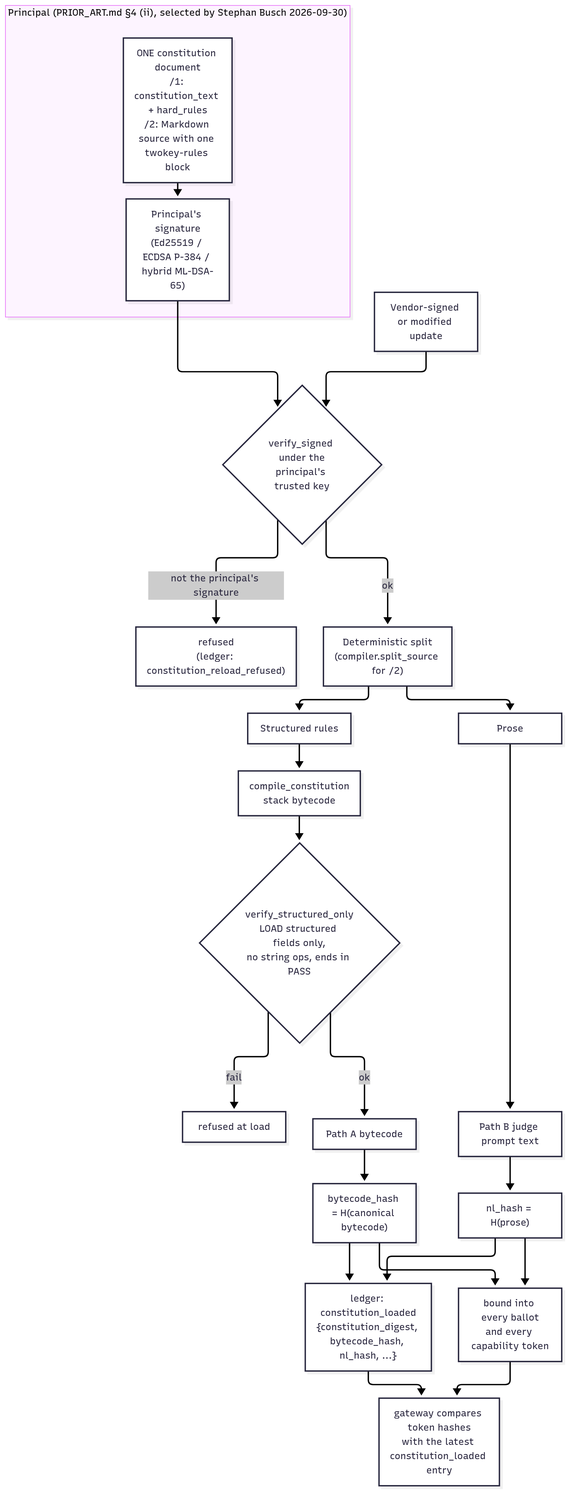
The Mermaid diagram docs/figures/two_compilations.png in Insomniac-VibeLabs/two-key, before a commit. Its source is kept beside it as docs/figures/two_compilations.mmd. Source of this version:
```mermaid
flowchart TB
  subgraph P["Principal (PRIOR_ART.md §4 (ii), selected by Stephan Busch 2026-09-30)"]
    D["ONE constitution document<br/>/1: constitution_text + hard_rules<br/>/2: Markdown source with one twokey-rules block"]
    S["Principal's signature<br/>(Ed25519 / ECDSA P-384 / hybrid ML-DSA-65)"]
  end
  D --> S
  S --> V{"verify_signed under the<br/>principal's trusted key"}
  X["Vendor-signed or modified update"] --> V
  V -- "not the principal's signature" --> R["refused<br/>(ledger: constitution_reload_refused)"]
  V -- ok --> SP["Deterministic split<br/>(compiler.split_source for /2)"]
  SP --> RU["Structured rules"]
  SP --> PR["Prose"]
  RU --> C["compile_constitution<br/>stack bytecode"]
  C --> SC{"verify_structured_only<br/>LOAD structured fields only,<br/>no string ops, ends in PASS"}
  SC -- fail --> R2["refused at load"]
  SC -- ok --> BC["Path A bytecode"]
  PR --> JP["Path B judge prompt text"]
  BC --> HB["bytecode_hash = H(canonical bytecode)"]
  JP --> HN["nl_hash = H(prose)"]
  HB --> LE["ledger: constitution_loaded<br/>{constitution_digest, bytecode_hash, nl_hash, ...}"]
  HN --> LE
  HB --> BT["bound into every ballot<br/>and every capability token"]
  HN --> BT
  LE --> GW["gateway compares token hashes<br/>with the latest constitution_loaded entry"]
  BT --> GW
```
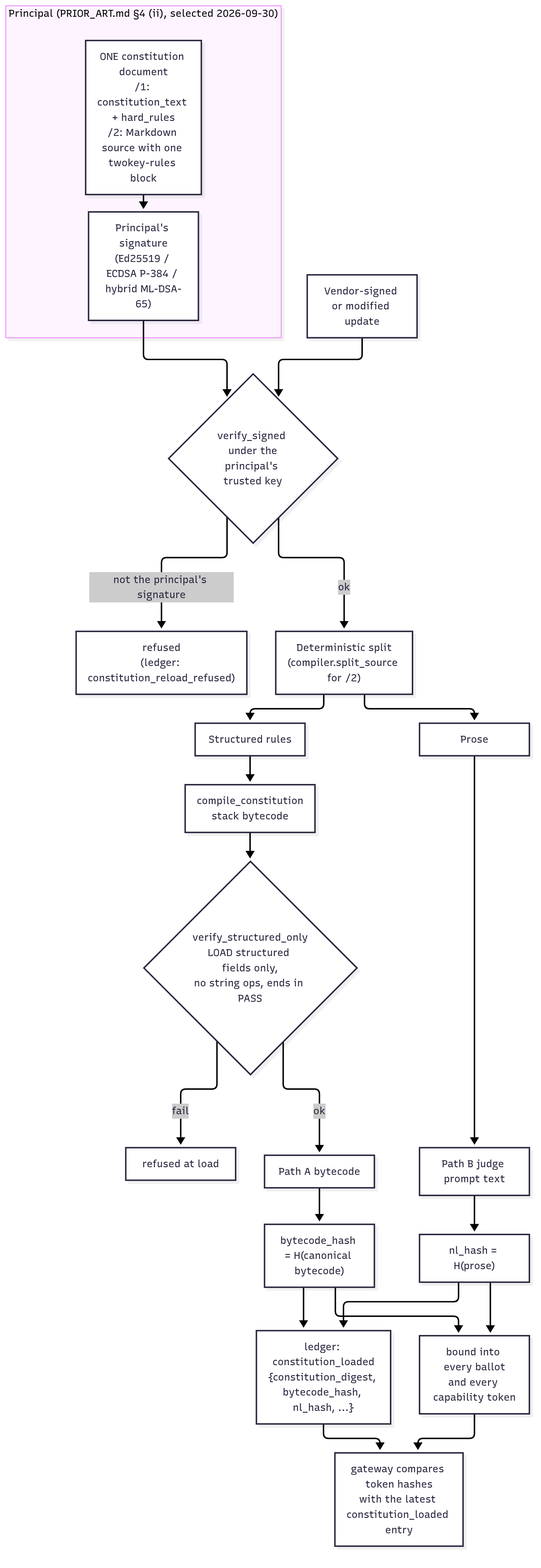
After the commit.

What changed in the source:
```diff
@@ -1,5 +1,5 @@
 flowchart TB
-  subgraph P["Principal (PRIOR_ART.md §4 (ii), selected by Stephan Busch 2026-09-30)"]
+  subgraph P["Principal (PRIOR_ART.md §4 (ii), selected 2026-09-30)"]
     D["ONE constitution document<br/>/1: constitution_text + hard_rules<br/>/2: Markdown source with one twokey-rules block"]
     S["Principal's signature<br/>(Ed25519 / ECDSA P-384 / hybrid ML-DSA-65)"]
   end
```
